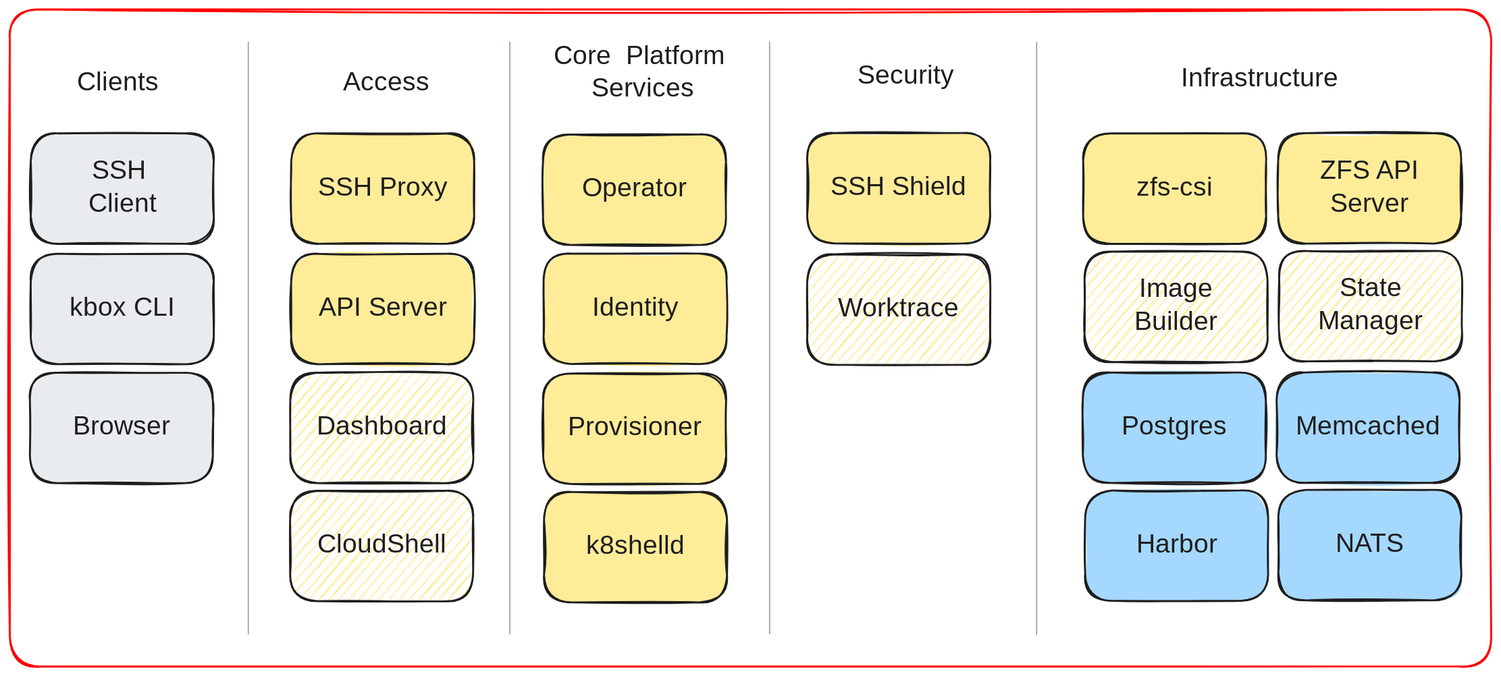
Above: drawings/k8shell-architecture.excalidraw.svg in k8shell-io/docs (Excalidraw), before the change. Source tidied: one line per element, renumbered; positions are measured from the earlier drawing's top-left corner, leaving out a move shared by most shapes.
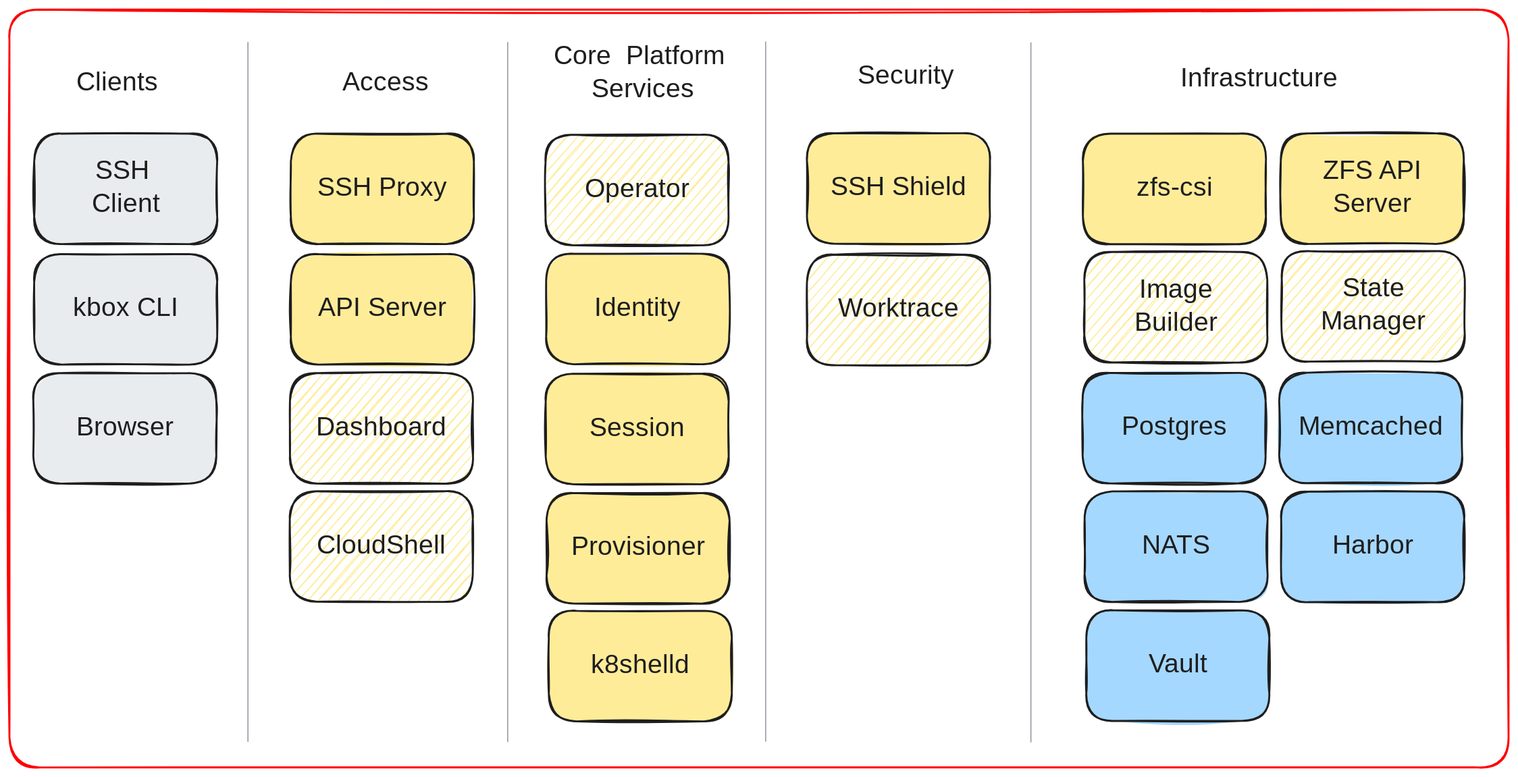
Later version of the same file.

Diff of the diagram source:
```diff
@@ -1,31 +1,29 @@
 {"id": 0, "type": "rectangle", "strokeColor": "#1e1e1e", "backgroundColor": "#ffec99", "fillStyle": "hachure", "strokeWidth": 2, "roughness": 1, "round": true, "x": 297, "y": 385, "width": 194, "height": 117}
 {"id": 1, "type": "text", "text": "Dashboard", "strokeColor": "#1e1e1e", "strokeWidth": 2, "roughness": 1, "fontSize": 28, "fontFamily": 5, "textAlign": "center", "verticalAlign": "middle", "inside": 0, "x": 321, "y": 426, "width": 146, "height": 35}
-{"id": 2, "type": "rectangle", "strokeColor": "#1e1e1e", "backgroundColor": "#ffec99", "fillStyle": "solid", "strokeWidth": 2, "roughness": 1, "round": true, "x": 565, "y": 259, "width": 194, "height": 117}
+{"id": 2, "type": "rectangle", "strokeColor": "#1e1e1e", "backgroundColor": "#ffec99", "fillStyle": "solid", "strokeWidth": 2, "roughness": 1, "round": true, "x": 568, "y": 258, "width": 194, "height": 117}
-{"id": 3, "type": "text", "text": "Identity", "strokeColor": "#1e1e1e", "strokeWidth": 2, "roughness": 1, "fontSize": 28, "fontFamily": 5, "textAlign": "center", "verticalAlign": "middle", "inside": 2, "x": 604, "y": 300, "width": 115, "height": 35}
+{"id": 3, "type": "text", "text": "Identity", "strokeColor": "#1e1e1e", "strokeWidth": 2, "roughness": 1, "fontSize": 28, "fontFamily": 5, "textAlign": "center", "verticalAlign": "middle", "inside": 2, "x": 607, "y": 299, "width": 115, "height": 35}
 {"id": 4, "type": "rectangle", "strokeColor": "#1e1e1e", "backgroundColor": "#ffec99", "fillStyle": "solid", "strokeWidth": 2, "roughness": 1, "round": true, "x": 298, "y": 259, "width": 194, "height": 117}
 {"id": 5, "type": "text", "text": "API Server", "strokeColor": "#1e1e1e", "strokeWidth": 2, "roughness": 1, "fontSize": 28, "fontFamily": 5, "textAlign": "center", "verticalAlign": "middle", "inside": 4, "x": 319, "y": 300, "width": 150, "height": 35}
-{"id": 6, "type": "rectangle", "strokeColor": "#1e1e1e", "backgroundColor": "#ffec99", "fillStyle": "solid", "strokeWidth": 2, "roughness": 1, "round": true, "x": 565, "y": 511, "width": 194, "height": 117}
+{"id": 6, "type": "rectangle", "strokeColor": "#1e1e1e", "backgroundColor": "#ffec99", "fillStyle": "solid", "strokeWidth": 2, "roughness": 1, "round": true, "x": 568, "y": 512, "width": 194, "height": 117}
-{"id": 7, "type": "text", "text": "k8shelld", "strokeColor": "#1e1e1e", "strokeWidth": 2, "roughness": 1, "fontSize": 28, "fontFamily": 5, "textAlign": "center", "verticalAlign": "middle", "inside": 6, "x": 608, "y": 552, "width": 108, "height": 35}
+{"id": 7, "type": "text", "text": "Provisioner", "strokeColor": "#1e1e1e", "strokeWidth": 2, "roughness": 1, "fontSize": 28, "fontFamily": 5, "textAlign": "center", "verticalAlign": "middle", "inside": 6, "x": 590, "y": 553, "width": 150, "height": 35}
-{"id": 8, "type": "rectangle", "strokeColor": "#1e1e1e", "backgroundColor": "#ffec99", "fillStyle": "solid", "strokeWidth": 2, "roughness": 1, "round": true, "x": 564, "y": 386, "width": 194, "height": 117}
+{"id": 8, "type": "rectangle", "strokeColor": "#1e1e1e", "backgroundColor": "#ffec99", "fillStyle": "solid", "strokeWidth": 2, "roughness": 1, "round": true, "x": 567, "y": 385, "width": 194, "height": 117}
-{"id": 9, "type": "text", "text": "Provisioner", "strokeColor": "#1e1e1e", "strokeWidth": 2, "roughness": 1, "fontSize": 28, "fontFamily": 5, "textAlign": "center", "verticalAlign": "middle", "inside": 8, "x": 597, "y": 427, "width": 129, "height": 35}
+{"id": 9, "type": "text", "text": "Session", "strokeColor": "#1e1e1e", "strokeWidth": 2, "roughness": 1, "fontSize": 28, "fontFamily": 5, "textAlign": "center", "verticalAlign": "middle", "inside": 8, "x": 614, "y": 426, "width": 101, "height": 35}
 {"id": 10, "type": "rectangle", "strokeColor": "#1e1e1e", "backgroundColor": "#ffec99", "fillStyle": "solid", "strokeWidth": 2, "roughness": 1, "round": true, "x": 1136, "y": 131, "width": 194, "height": 117}
 {"id": 11, "type": "text", "text": "zfs-csi", "strokeColor": "#1e1e1e", "strokeWidth": 2, "roughness": 1, "fontSize": 28, "fontFamily": 5, "textAlign": "center", "verticalAlign": "middle", "inside": 10, "x": 1196, "y": 172, "width": 73, "height": 35}
-{"id": 12, "type": "rectangle", "strokeColor": "#1e1e1e", "backgroundColor": "#ffec99", "fillStyle": "solid", "strokeWidth": 2, "roughness": 1, "round": true, "x": 1342, "y": 131, "width": 194, "height": 117}
+{"id": 12, "type": "rectangle", "strokeColor": "#1e1e1e", "backgroundColor": "#ffec99", "fillStyle": "solid", "strokeWidth": 2, "roughness": 1, "round": true, "x": 1345, "y": 131, "width": 194, "height": 117}
-{"id": 13, "type": "text", "text": "ZFS API\nServer", "strokeColor": "#1e1e1e", "strokeWidth": 2, "roughness": 1, "fontSize": 28, "fontFamily": 5, "textAlign": "center", "verticalAlign": "middle", "inside": 12, "x": 1377, "y": 155, "width": 124, "height": 70}
+{"id": 13, "type": "text", "text": "ZFS API\nServer", "strokeColor": "#1e1e1e", "strokeWidth": 2, "roughness": 1, "fontSize": 28, "fontFamily": 5, "textAlign": "center", "verticalAlign": "middle", "inside": 12, "x": 1380, "y": 155, "width": 124, "height": 70}
-{"id": 14, "type": "rectangle", "strokeColor": "#1e1e1e", "backgroundColor": "#e9ecef", "fillStyle": "solid", "strokeWidth": 2, "roughness": 1, "round": true, "x": 21, "y": 385, "width": 194, "height": 117}
+{"id": 14, "type": "rectangle", "strokeColor": "#1e1e1e", "backgroundColor": "#e9ecef", "fillStyle": "solid", "strokeWidth": 2, "roughness": 1, "round": true, "x": 25, "y": 385, "width": 194, "height": 117}
-{"id": 15, "type": "text", "text": "Browser", "strokeColor": "#1e1e1e", "strokeWidth": 2, "roughness": 1, "fontSize": 28, "fontFamily": 5, "textAlign": "center", "verticalAlign": "middle", "inside": 14, "x": 63, "y": 426, "width": 111, "height": 35}
+{"id": 15, "type": "text", "text": "Browser", "strokeColor": "#1e1e1e", "strokeWidth": 2, "roughness": 1, "fontSize": 28, "fontFamily": 5, "textAlign": "center", "verticalAlign": "middle", "inside": 14, "x": 67, "y": 426, "width": 111, "height": 35}
-{"id": 16, "type": "rectangle", "strokeColor": "#1e1e1e", "backgroundColor": "#e9ecef", "fillStyle": "solid", "strokeWidth": 2, "roughness": 1, "round": true, "x": 22, "y": 259, "width": 194, "height": 117}
+{"id": 16, "type": "rectangle", "strokeColor": "#1e1e1e", "backgroundColor": "#e9ecef", "fillStyle": "solid", "strokeWidth": 2, "roughness": 1, "round": true, "x": 26, "y": 259, "width": 194, "height": 117}
-{"id": 17, "type": "text", "text": "kbox CLI", "strokeColor": "#1e1e1e", "strokeWidth": 2, "roughness": 1, "fontSize": 28, "fontFamily": 5, "textAlign": "center", "verticalAlign": "middle", "inside": 16, "x": 65, "y": 300, "width": 108, "height": 35}
+{"id": 17, "type": "text", "text": "kbox CLI", "strokeColor": "#1e1e1e", "strokeWidth": 2, "roughness": 1, "fontSize": 28, "fontFamily": 5, "textAlign": "center", "verticalAlign": "middle", "inside": 16, "x": 69, "y": 300, "width": 108, "height": 35}
 {"id": 18, "type": "rectangle", "strokeColor": "#1e1e1e", "backgroundColor": "#ffec99", "fillStyle": "solid", "strokeWidth": 2, "roughness": 1, "round": true, "x": 298, "y": 131, "width": 194, "height": 117}
 {"id": 19, "type": "text", "text": "SSH Proxy", "strokeColor": "#1e1e1e", "strokeWidth": 2, "roughness": 1, "fontSize": 28, "fontFamily": 5, "textAlign": "center", "verticalAlign": "middle", "inside": 18, "x": 324, "y": 172, "width": 141, "height": 35}
-{"id": 20, "type": "rectangle", "strokeColor": "#1e1e1e", "backgroundColor": "#e9ecef", "fillStyle": "solid", "strokeWidth": 2, "roughness": 1, "round": true, "x": 22, "y": 131, "width": 194, "height": 117}
+{"id": 20, "type": "rectangle", "strokeColor": "#1e1e1e", "backgroundColor": "#e9ecef", "fillStyle": "solid", "strokeWidth": 2, "roughness": 1, "round": true, "x": 26, "y": 131, "width": 194, "height": 117}
-{"id": 21, "type": "text", "text": "SSH \nClient", "strokeColor": "#1e1e1e", "strokeWidth": 2, "roughness": 1, "fontSize": 28, "fontFamily": 5, "textAlign": "center", "verticalAlign": "middle", "inside": 20, "x": 81, "y": 155, "width": 76, "height": 70}
+{"id": 21, "type": "text", "text": "SSH \nClient", "strokeColor": "#1e1e1e", "strokeWidth": 2, "roughness": 1, "fontSize": 28, "fontFamily": 5, "textAlign": "center", "verticalAlign": "middle", "inside": 20, "x": 85, "y": 155, "width": 76, "height": 70}
-{"id": 22, "type": "rectangle", "strokeColor": "#1e1e1e", "backgroundColor": "#a5d8ff", "fillStyle": "solid", "strokeWidth": 2, "roughness": 1, "round": true, "x": 1340, "y": 384, "width": 194, "height": 117}
+{"id": 22, "type": "rectangle", "strokeColor": "#1e1e1e", "backgroundColor": "#a5d8ff", "fillStyle": "solid", "strokeWidth": 2, "roughness": 1, "round": true, "x": 1343, "y": 384, "width": 194, "height": 117}
-{"id": 23, "type": "text", "text": "Memcached", "strokeColor": "#1e1e1e", "strokeWidth": 2, "roughness": 1, "fontSize": 28, "fontFamily": 5, "textAlign": "center", "verticalAlign": "middle", "inside": 22, "x": 1364, "y": 425, "width": 147, "height": 35}
+{"id": 23, "type": "text", "text": "Memcached", "strokeColor": "#1e1e1e", "strokeWidth": 2, "roughness": 1, "fontSize": 28, "fontFamily": 5, "textAlign": "center", "verticalAlign": "middle", "inside": 22, "x": 1367, "y": 425, "width": 147, "height": 35}
-{"id": 24, "type": "rectangle", "strokeColor": "#1e1e1e", "backgroundColor": "#a5d8ff", "fillStyle": "solid", "strokeWidth": 2, "roughness": 1, "round": true, "x": 1138, "y": 509, "width": 194, "height": 117}
-{"id": 25, "type": "text", "text": "Harbor", "strokeColor": "#1e1e1e", "strokeWidth": 2, "roughness": 1, "fontSize": 28, "fontFamily": 5, "textAlign": "center", "verticalAlign": "middle", "inside": 24, "x": 1191, "y": 550, "width": 88, "height": 35}
-{"id": 26, "type": "rectangle", "strokeColor": "#1e1e1e", "backgroundColor": "#a5d8ff", "fillStyle": "solid", "strokeWidth": 2, "roughness": 1, "round": true, "x": 1342, "y": 509, "width": 194, "height": 117}
+{"id": 26, "type": "rectangle", "strokeColor": "#1e1e1e", "backgroundColor": "#a5d8ff", "fillStyle": "solid", "strokeWidth": 2, "roughness": 1, "round": true, "x": 1138, "y": 510, "width": 194, "height": 117}
-{"id": 27, "type": "text", "text": "NATS", "strokeColor": "#1e1e1e", "strokeWidth": 2, "roughness": 1, "fontSize": 28, "fontFamily": 5, "textAlign": "center", "verticalAlign": "middle", "inside": 26, "x": 1404, "y": 550, "width": 70, "height": 35}
+{"id": 27, "type": "text", "text": "NATS", "strokeColor": "#1e1e1e", "strokeWidth": 2, "roughness": 1, "fontSize": 28, "fontFamily": 5, "textAlign": "center", "verticalAlign": "middle", "inside": 26, "x": 1199, "y": 551, "width": 70, "height": 35}
 {"id": 28, "type": "rectangle", "strokeColor": "#1e1e1e", "backgroundColor": "#a5d8ff", "fillStyle": "solid", "strokeWidth": 2, "roughness": 1, "round": true, "x": 1135, "y": 384, "width": 194, "height": 117}
 {"id": 29, "type": "text", "text": "Postgres", "strokeColor": "#1e1e1e", "strokeWidth": 2, "roughness": 1, "fontSize": 28, "fontFamily": 5, "textAlign": "center", "verticalAlign": "middle", "inside": 28, "x": 1171, "y": 425, "width": 123, "height": 35}
 {"id": 30, "type": "rectangle", "strokeColor": "#1e1e1e", "backgroundColor": "#ffec99", "fillStyle": "solid", "strokeWidth": 2, "roughness": 1, "round": true, "x": 844, "y": 131, "width": 194, "height": 117}
@@ -34,7 +32,7 @@
 {"id": 33, "type": "text", "text": "Access", "strokeColor": "#1e1e1e", "backgroundColor": "#ffec99", "fillStyle": "solid", "strokeWidth": 2, "roughness": 1, "fontSize": 28, "fontFamily": 5, "textAlign": "center", "x": 352, "y": 61, "width": 93, "height": 35}
 {"id": 34, "type": "text", "text": "Core  Platform \nServices", "strokeColor": "#1e1e1e", "backgroundColor": "#ffec99", "fillStyle": "solid", "strokeWidth": 2, "roughness": 1, "fontSize": 28, "fontFamily": 5, "textAlign": "center", "x": 564, "y": 33, "width": 212, "height": 70}
 {"id": 35, "type": "text", "text": "Infrastructure", "strokeColor": "#1e1e1e", "backgroundColor": "#ffec99", "fillStyle": "solid", "strokeWidth": 2, "roughness": 1, "fontSize": 28, "fontFamily": 5, "textAlign": "center", "x": 1223, "y": 57, "width": 199, "height": 35}
-{"id": 36, "type": "line", "strokeColor": "#868e96", "backgroundColor": "#ffec99", "fillStyle": "solid", "strokeWidth": 1, "roughness": 0, "round": true, "x": 529, "y": 35, "width": 0, "height": 627, "points": [[0, 0], [0, 627]]}
+{"id": 36, "type": "line", "strokeColor": "#868e96", "backgroundColor": "#ffec99", "fillStyle": "solid", "strokeWidth": 1, "roughness": 0, "round": true, "x": 527, "y": 35, "width": 0, "height": 740, "points": [[0, 0], [0, 740]]}
 {"id": 37, "type": "rectangle", "strokeColor": "#1e1e1e", "backgroundColor": "#ffec99", "fillStyle": "hachure", "strokeWidth": 2, "roughness": 1, "round": true, "x": 844, "y": 259, "width": 194, "height": 117}
 {"id": 38, "type": "text", "text": "Worktrace", "strokeColor": "#1e1e1e", "strokeWidth": 2, "roughness": 1, "fontSize": 28, "fontFamily": 5, "textAlign": "center", "verticalAlign": "middle", "inside": 37, "x": 873, "y": 300, "width": 136, "height": 35}
 {"id": 39, "type": "text", "text": "Security", "strokeColor": "#1e1e1e", "backgroundColor": "#ffec99", "fillStyle": "solid", "strokeWidth": 2, "roughness": 1, "fontSize": 28, "fontFamily": 5, "textAlign": "center", "x": 893, "y": 54, "width": 111, "height": 35}
@@ -42,11 +40,17 @@
 {"id": 41, "type": "text", "text": "CloudShell", "strokeColor": "#1e1e1e", "strokeWidth": 2, "roughness": 1, "fontSize": 28, "fontFamily": 5, "textAlign": "center", "verticalAlign": "middle", "inside": 40, "x": 326, "y": 551, "width": 134, "height": 35}
 {"id": 42, "type": "rectangle", "strokeColor": "#1e1e1e", "backgroundColor": "#ffec99", "fillStyle": "hachure", "strokeWidth": 2, "roughness": 1, "round": true, "x": 1137, "y": 256, "width": 194, "height": 117}
 {"id": 43, "type": "text", "text": "Image\nBuilder", "strokeColor": "#1e1e1e", "strokeWidth": 2, "roughness": 1, "fontSize": 28, "fontFamily": 5, "textAlign": "center", "verticalAlign": "middle", "inside": 42, "x": 1187, "y": 280, "width": 93, "height": 70}
-{"id": 44, "type": "line", "strokeColor": "#868e96", "backgroundColor": "#ffec99", "fillStyle": "solid", "strokeWidth": 1, "roughness": 0, "round": true, "x": 252, "y": 35, "width": 0, "height": 627, "points": [[0, 0], [0, 627]]}
+{"id": 44, "type": "line", "strokeColor": "#868e96", "backgroundColor": "#ffec99", "fillStyle": "solid", "strokeWidth": 1, "roughness": 0, "round": true, "x": 252, "y": 35, "width": 0, "height": 740, "points": [[0, 0], [0, 740]]}
-{"id": 45, "type": "line", "strokeColor": "#868e96", "backgroundColor": "#ffec99", "fillStyle": "solid", "strokeWidth": 1, "roughness": 0, "round": true, "x": 804, "y": 34, "width": 0, "height": 627, "points": [[0, 0], [0, 627]]}
+{"id": 45, "type": "line", "strokeColor": "#868e96", "backgroundColor": "#ffec99", "fillStyle": "solid", "strokeWidth": 1, "roughness": 0, "round": true, "x": 800, "y": 34, "width": 0, "height": 740, "points": [[0, 0], [0, 740]]}
-{"id": 46, "type": "line", "strokeColor": "#868e96", "backgroundColor": "#ffec99", "fillStyle": "solid", "strokeWidth": 1, "roughness": 0, "round": true, "x": 1087, "y": 35, "width": 0, "height": 627, "points": [[0, 0], [0, 627]]}
+{"id": 46, "type": "line", "strokeColor": "#868e96", "backgroundColor": "#ffec99", "fillStyle": "solid", "strokeWidth": 1, "roughness": 0, "round": true, "x": 1081, "y": 35, "width": 0, "height": 740, "points": [[0, 0], [0, 740]]}
-{"id": 47, "type": "rectangle", "strokeColor": "#1e1e1e", "backgroundColor": "#ffec99", "fillStyle": "solid", "strokeWidth": 2, "roughness": 1, "round": true, "x": 564, "y": 132, "width": 194, "height": 117}
+{"id": 47, "type": "rectangle", "strokeColor": "#1e1e1e", "backgroundColor": "#ffec99", "fillStyle": "hachure", "strokeWidth": 2, "roughness": 1, "round": true, "x": 567, "y": 132, "width": 194, "height": 117}
-{"id": 48, "type": "text", "text": "Operator", "strokeColor": "#1e1e1e", "strokeWidth": 2, "roughness": 1, "fontSize": 28, "fontFamily": 5, "textAlign": "center", "verticalAlign": "middle", "inside": 47, "x": 600, "y": 173, "width": 121, "height": 35}
+{"id": 48, "type": "text", "text": "Operator", "strokeColor": "#1e1e1e", "strokeWidth": 2, "roughness": 1, "fontSize": 28, "fontFamily": 5, "textAlign": "center", "verticalAlign": "middle", "inside": 47, "x": 603, "y": 173, "width": 121, "height": 35}
-{"id": 49, "type": "rectangle", "strokeColor": "#1e1e1e", "backgroundColor": "#ffec99", "fillStyle": "hachure", "strokeWidth": 2, "roughness": 1, "round": true, "x": 1343, "y": 256, "width": 194, "height": 117}
+{"id": 49, "type": "rectangle", "strokeColor": "#1e1e1e", "backgroundColor": "#ffec99", "fillStyle": "hachure", "strokeWidth": 2, "roughness": 1, "round": true, "x": 1346, "y": 256, "width": 194, "height": 117}
-{"id": 50, "type": "text", "text": "State\nManager", "strokeColor": "#1e1e1e", "strokeWidth": 2, "roughness": 1, "fontSize": 28, "fontFamily": 5, "textAlign": "center", "verticalAlign": "middle", "inside": 49, "x": 1385, "y": 279, "width": 111, "height": 70}
+{"id": 50, "type": "text", "text": "State\nManager", "strokeColor": "#1e1e1e", "strokeWidth": 2, "roughness": 1, "fontSize": 28, "fontFamily": 5, "textAlign": "center", "verticalAlign": "middle", "inside": 49, "x": 1388, "y": 279, "width": 111, "height": 70}
-{"id": 51, "type": "rectangle", "strokeColor": "#ff0000", "strokeWidth": 2, "roughness": 1, "round": true, "x": 0, "y": 0, "width": 1568, "height": 696}
+{"id": 51, "type": "rectangle", "strokeColor": "#ff0000", "strokeWidth": 2, "roughness": 1, "round": true, "x": 0, "y": 0, "width": 1586, "height": 802}
+{"id": 52, "type": "rectangle", "strokeColor": "#1e1e1e", "backgroundColor": "#ffec99", "fillStyle": "solid", "strokeWidth": 2, "roughness": 1, "round": true, "x": 571, "y": 636, "width": 194, "height": 117}
+{"id": 53, "type": "text", "text": "k8shelld", "strokeColor": "#1e1e1e", "strokeWidth": 2, "roughness": 1, "fontSize": 28, "fontFamily": 5, "textAlign": "center", "verticalAlign": "middle", "inside": 52, "x": 613, "y": 677, "width": 108, "height": 35}
+{"id": 54, "type": "rectangle", "strokeColor": "#1e1e1e", "backgroundColor": "#a5d8ff", "fillStyle": "solid", "strokeWidth": 2, "roughness": 1, "round": true, "x": 1346, "y": 510, "width": 194, "height": 117}
+{"id": 25, "type": "text", "text": "Harbor", "strokeColor": "#1e1e1e", "strokeWidth": 2, "roughness": 1, "fontSize": 28, "fontFamily": 5, "textAlign": "center", "verticalAlign": "middle", "inside": 54, "x": 1399, "y": 551, "width": 88, "height": 35}
+{"id": 55, "type": "rectangle", "strokeColor": "#1e1e1e", "backgroundColor": "#a5d8ff", "fillStyle": "solid", "strokeWidth": 2, "roughness": 1, "round": true, "x": 1139, "y": 636, "width": 194, "height": 117}
+{"id": 56, "type": "text", "text": "Vault", "strokeColor": "#1e1e1e", "strokeWidth": 2, "roughness": 1, "fontSize": 28, "fontFamily": 5, "textAlign": "center", "verticalAlign": "middle", "inside": 55, "x": 1202, "y": 677, "width": 68, "height": 35}
```
